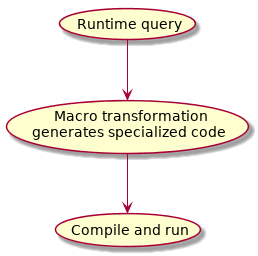
This is org/lisp/arch.png from m00natic/m00natic.github.com, a PlantUML export, as it was before one commit.
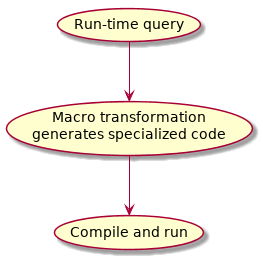
Later version of the same file.

Diff of the diagram source:
```diff
@@ -1,6 +1,6 @@
 @startuml
 
-(Runtime query) --> (Macro transformation\ngenerates specialized code)
+(Run-time query) --> (Macro transformation\ngenerates specialized code)
 (Macro transformation\ngenerates specialized code) --> (Compile and run)
 
 @enduml
```
